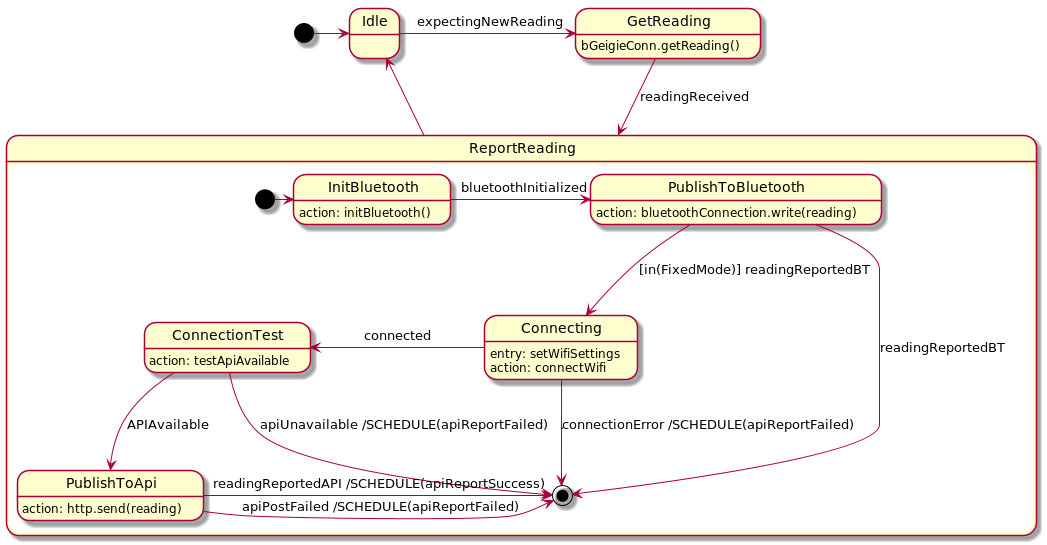
The PlantUML diagram designs/software/reporter-states.png in Safecast/bGeigieCast, before a commit.
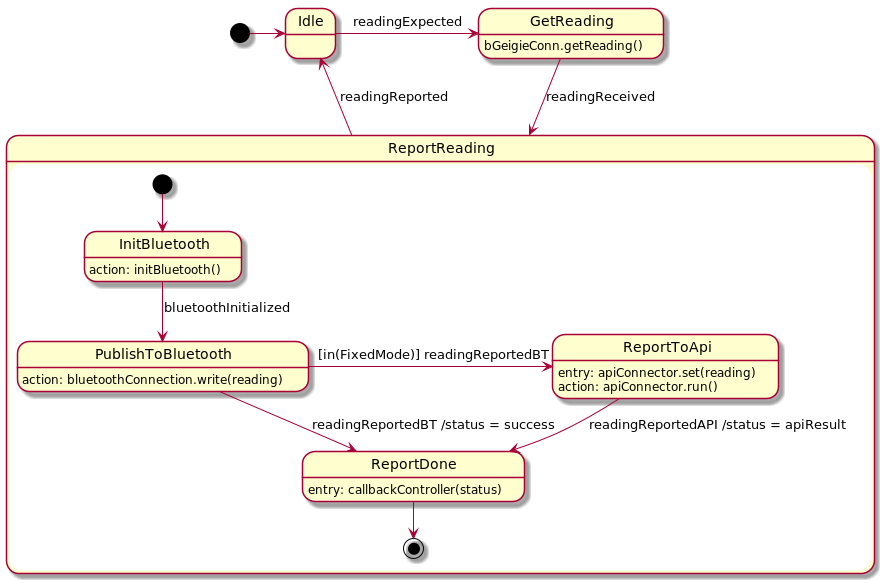
The same diagram one commit later.

The edit, as a diff of the source:
```diff
@@ -9,32 +9,25 @@
     InitBluetooth: action: initBluetooth()
     state PublishToBluetooth
     PublishToBluetooth: action: bluetoothConnection.write(reading)
-    state Connecting
-    Connecting: entry: setWifiSettings
-    Connecting: action: connectWifi
-    state ConnectionTest
-    ConnectionTest: action: testApiAvailable
-    state PublishToApi
-    PublishToApi: action: http.send(reading)
+    state ReportToApi
+    ReportToApi: entry: apiConnector.set(reading)
+    ReportToApi: action: apiConnector.run()
+    state ReportDone
+    ReportDone: entry: callbackController(status)
 
-    [*] -> InitBluetooth
-    InitBluetooth -> PublishToBluetooth : bluetoothInitialized
-    PublishToBluetooth ---> [*] : readingReportedBT
-    PublishToBluetooth ---> Connecting: [in(FixedMode)] readingReportedBT
+    [*] --> InitBluetooth
+    InitBluetooth --> PublishToBluetooth : bluetoothInitialized
+    PublishToBluetooth --> ReportDone : readingReportedBT /status = success
+    PublishToBluetooth -> ReportToApi: [in(FixedMode)] readingReportedBT
 
-    Connecting -l-> ConnectionTest : connected
-    Connecting ---> [*] : connectionError /SCHEDULE(apiReportFailed)
-    ConnectionTest --> PublishToApi : APIAvailable
-    ConnectionTest ---> [*] : apiUnavailable /SCHEDULE(apiReportFailed)   .
-    PublishToApi -> [*] : apiPostFailed /SCHEDULE(apiReportFailed)
-    PublishToApi -> [*] : readingReportedAPI /SCHEDULE(apiReportSuccess)
-
+    ReportToApi --> ReportDone : readingReportedAPI /status = apiResult
+    ReportDone --> [*]
 }
 
 [*] -> Idle
-Idle -> GetReading : expectingNewReading
+Idle -> GetReading : readingExpected
 GetReading --> ReportReading : readingReceived
-ReportReading -u-> Idle
+ReportReading -u-> Idle : readingReported
 
 
 @enduml
```
